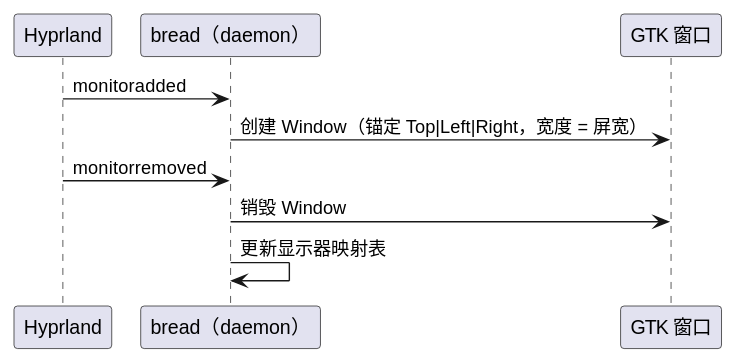
The PlantUML diagram diagram/breadknife-monitor-hotplug.svg in 54m43lJ/BreadKnife, before a commit.
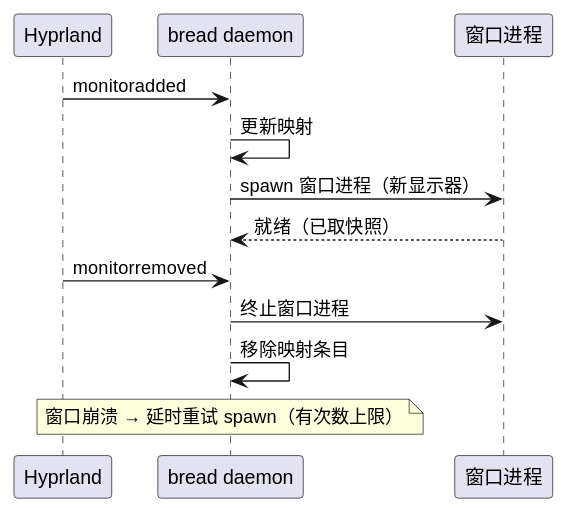
Above is the later version.

Commit message:
docs(breadknife): 架构落档——daemon/窗口拆分（ARCH 重写 + 五图重绘）

The edit, as a diff of the source:
```diff
@@ -1,11 +1,14 @@
 @startuml
 participant Hyprland
-participant "bread（daemon）" as daemon
-participant "GTK 窗口" as win
+participant "bread daemon" as daemon
+participant "窗口进程" as win
 
 Hyprland -> daemon: monitoradded
-daemon -> win: 创建 Window（锚定 Top|Left|Right，宽度 = 屏宽）
+daemon -> daemon: 更新映射
+daemon -> win: spawn 窗口进程（新显示器）
+win --> daemon: 就绪（已取快照）
 Hyprland -> daemon: monitorremoved
-daemon -> win: 销毁 Window
-daemon -> daemon: 更新显示器映射表
+daemon -> win: 终止窗口进程
+daemon -> daemon: 移除映射条目
+note over daemon: 窗口崩溃 → 延时重试 spawn（有次数上限）
 @enduml
```
